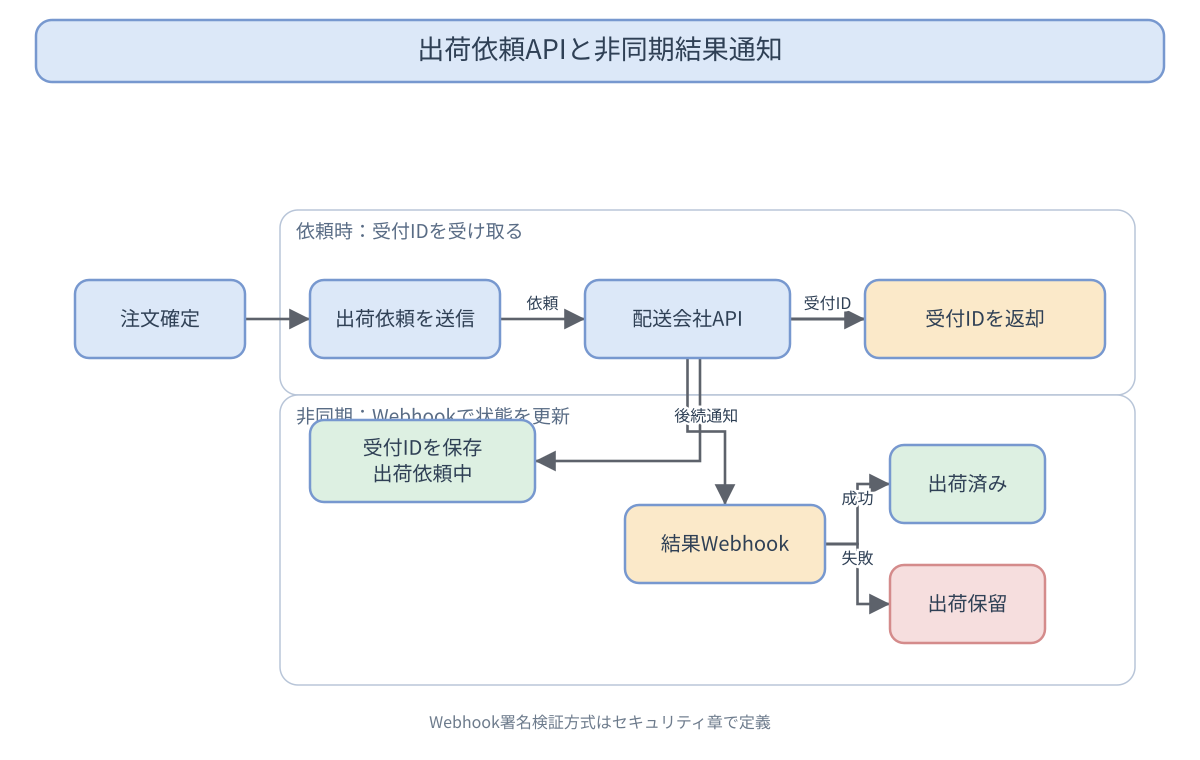
This is 20_zukai-drill/src/data/diagrams/easy-shipping-api_good-diagram.drawio.png from kaku3/workbooks, a draw.io export, as it was before one commit. Source tidied: cells renumbered, new cells last; positions are measured from the earlier drawing's top-left corner, leaving out a move shared by most shapes.
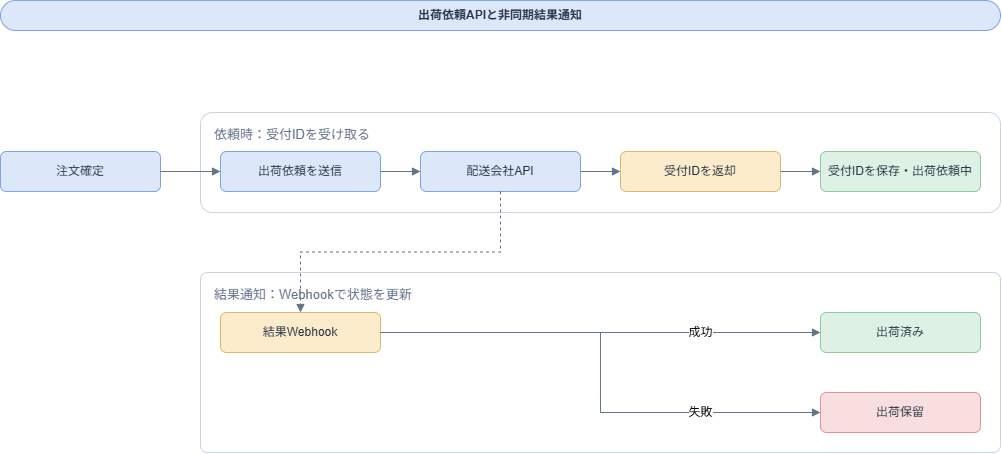
The same diagram one commit later.

The edit, as a diff of the source:
```diff
@@ -2,59 +2,59 @@
   <root>
     <mxCell id="0" />
     <mxCell id="1" parent="0" />
-    <mxCell id="2" value="出荷依頼APIと非同期結果通知" style="rounded=1;whiteSpace=wrap;html=1;fillColor=#DCE8F8;strokeColor=#7798CF;fontColor=#2F4055;fontSize=24;" parent="1" vertex="1">
-      <mxGeometry width="1128" height="62" as="geometry" />
+    <mxCell id="2" value="出荷依頼APIと非同期結果通知" style="rounded=1;whiteSpace=wrap;html=1;fillColor=#DCE8FA;strokeColor=#7EA3DE;fontColor=#263445;fontSize=12;fontStyle=1;arcSize=50;" parent="1" vertex="1">
+      <mxGeometry x="4" y="28" width="1000" height="30" as="geometry" />
     </mxCell>
-    <mxCell id="3" value="依頼時：受付IDを受け取る" style="rounded=1;whiteSpace=wrap;html=1;fillColor=none;strokeColor=#B8C5D8;fontColor=#596C85;fontSize=18;verticalAlign=top;align=left;spacingTop=8;spacingLeft=10;" parent="1" vertex="1">
-      <mxGeometry x="244" y="190" width="855" height="185" as="geometry" />
+    <mxCell id="3" value="依頼時：受付IDを受け取る" style="rounded=1;whiteSpace=wrap;html=1;fillColor=#FFFFFF;fillOpacity=70;strokeColor=#CBD5E1;fontColor=#64748B;fontSize=13;verticalAlign=top;align=left;spacingLeft=12;spacingTop=8;arcSize=12;" parent="1" vertex="1">
+      <mxGeometry x="204" y="140" width="800" height="100" as="geometry" />
     </mxCell>
-    <mxCell id="4" value="非同期：Webhookで状態を更新" style="rounded=1;whiteSpace=wrap;html=1;fillColor=none;strokeColor=#B8C5D8;fontColor=#596C85;fontSize=18;verticalAlign=top;align=left;spacingTop=8;spacingLeft=10;" parent="1" vertex="1">
-      <mxGeometry x="244" y="375" width="855" height="290" as="geometry" />
-    </mxCell>
-    <mxCell id="5" style="edgeStyle=orthogonalEdgeStyle;rounded=0;jettySize=auto;html=1;endArrow=block;endFill=1;strokeColor=#5D626B;fontColor=#2F4055;fontSize=15;" parent="1" edge="1" source="12" target="13">
-      <mxGeometry relative="1" as="geometry" />
-    </mxCell>
-    <mxCell id="6" value="依頼" style="edgeStyle=orthogonalEdgeStyle;rounded=0;jettySize=auto;html=1;endArrow=block;endFill=1;strokeColor=#5D626B;fontColor=#2F4055;fontSize=15;" parent="1" edge="1" source="13" target="14">
-      <mxGeometry relative="1" as="geometry" />
-    </mxCell>
-    <mxCell id="7" value="受付ID" style="edgeStyle=orthogonalEdgeStyle;rounded=0;jettySize=auto;html=1;endArrow=block;endFill=1;strokeColor=#5D626B;fontColor=#2F4055;fontSize=15;" parent="1" edge="1" source="14" target="15">
-      <mxGeometry relative="1" as="geometry" />
-    </mxCell>
-    <mxCell id="8" style="edgeStyle=orthogonalEdgeStyle;rounded=0;jettySize=auto;html=1;endArrow=block;endFill=1;strokeColor=#5D626B;fontColor=#2F4055;fontSize=15;" parent="1" edge="1" source="15" target="16">
-      <mxGeometry relative="1" as="geometry" />
-    </mxCell>
-    <mxCell id="9" value="後続通知" style="edgeStyle=orthogonalEdgeStyle;rounded=0;jettySize=auto;html=1;endArrow=block;endFill=1;strokeColor=#5D626B;fontColor=#2F4055;fontSize=15;" parent="1" edge="1" source="14" target="17">
-      <mxGeometry relative="1" as="geometry" />
-    </mxCell>
-    <mxCell id="10" value="成功" style="edgeStyle=orthogonalEdgeStyle;rounded=0;jettySize=auto;html=1;endArrow=block;endFill=1;strokeColor=#5D626B;fontColor=#2F4055;fontSize=15;" parent="1" edge="1" source="17" target="18">
-      <mxGeometry relative="1" as="geometry" />
-    </mxCell>
-    <mxCell id="11" value="失敗" style="edgeStyle=orthogonalEdgeStyle;rounded=0;jettySize=auto;html=1;endArrow=block;endFill=1;strokeColor=#5D626B;fontColor=#2F4055;fontSize=15;" parent="1" edge="1" source="17" target="19">
-      <mxGeometry relative="1" as="geometry" />
-    </mxCell>
-    <mxCell id="12" value="注文確定" style="rounded=1;whiteSpace=wrap;html=1;fillColor=#DCE8F8;strokeColor=#7798CF;fontColor=#2F4055;fontSize=20;" parent="1" vertex="1">
-      <mxGeometry x="39" y="260" width="170" height="78" as="geometry" />
+    <mxCell id="12" value="注文確定" style="rounded=1;whiteSpace=wrap;html=1;fillColor=#DCE8FA;strokeColor=#7EA3DE;fontColor=#263445;fontSize=12;" parent="1" vertex="1">
+      <mxGeometry x="4" y="179" width="160" height="40" as="geometry" />
     </mxCell>
-    <mxCell id="13" value="出荷依頼を送信" style="rounded=1;whiteSpace=wrap;html=1;fillColor=#DCE8F8;strokeColor=#7798CF;fontColor=#2F4055;fontSize=20;" parent="1" vertex="1">
-      <mxGeometry x="274" y="260" width="190" height="78" as="geometry" />
+    <mxCell id="13" value="出荷依頼を送信" style="rounded=1;whiteSpace=wrap;html=1;fillColor=#DCE8FA;strokeColor=#7EA3DE;fontColor=#263445;fontSize=12;" parent="1" vertex="1">
+      <mxGeometry x="224" y="179" width="160" height="40" as="geometry" />
     </mxCell>
-    <mxCell id="14" value="配送会社API" style="rounded=1;whiteSpace=wrap;html=1;fillColor=#DCE8F8;strokeColor=#7798CF;fontColor=#2F4055;fontSize=20;" parent="1" vertex="1">
-      <mxGeometry x="549" y="260" width="205" height="78" as="geometry" />
+    <mxCell id="14" value="配送会社API" style="rounded=1;whiteSpace=wrap;html=1;fillColor=#DCE8FA;strokeColor=#7EA3DE;fontColor=#263445;fontSize=12;" parent="1" vertex="1">
+      <mxGeometry x="424" y="179" width="160" height="40" as="geometry" />
     </mxCell>
-    <mxCell id="15" value="受付IDを返却" style="rounded=1;whiteSpace=wrap;html=1;fillColor=#FBE9C9;strokeColor=#7798CF;fontColor=#2F4055;fontSize=20;" parent="1" vertex="1">
-      <mxGeometry x="829" y="260" width="240" height="78" as="geometry" />
+    <mxCell id="15" value="受付IDを返却" style="rounded=1;whiteSpace=wrap;html=1;fillColor=#FCECCB;strokeColor=#D8B96D;fontColor=#263445;fontSize=12;" parent="1" vertex="1">
+      <mxGeometry x="624" y="179" width="160" height="40" as="geometry" />
     </mxCell>
-    <mxCell id="16" value="受付IDを保存&lt;br&gt;出荷依頼中" style="rounded=1;whiteSpace=wrap;html=1;fillColor=#DDF0E2;strokeColor=#7798CF;fontColor=#2F4055;fontSize=20;" parent="1" vertex="1">
-      <mxGeometry x="274" y="400" width="225" height="82" as="geometry" />
-    </mxCell>
+    <mxCell id="5" style="edgeStyle=orthogonalEdgeStyle;rounded=0;jettySize=auto;html=1;endArrow=block;endFill=1;strokeColor=#64748B;fontSize=12;" parent="1" edge="1" source="12" target="13">
+      <mxGeometry relative="1" as="geometry" />
+    </mxCell>
+    <mxCell id="6" style="edgeStyle=orthogonalEdgeStyle;rounded=0;jettySize=auto;html=1;endArrow=block;endFill=1;strokeColor=#64748B;fontSize=12;" parent="1" edge="1" source="13" target="14">
+      <mxGeometry relative="1" as="geometry" />
+    </mxCell>
+    <mxCell id="7" style="edgeStyle=orthogonalEdgeStyle;rounded=0;jettySize=auto;html=1;endArrow=block;endFill=1;strokeColor=#64748B;fontSize=12;" parent="1" edge="1" source="14" target="15">
+      <mxGeometry relative="1" as="geometry" />
+    </mxCell>
+    <mxCell id="20" value="結果通知：Webhookで状態を更新" style="rounded=1;whiteSpace=wrap;html=1;fillColor=#FFFFFF;fillOpacity=70;strokeColor=#CBD5E1;fontColor=#64748B;fontSize=13;verticalAlign=top;align=left;spacingLeft=12;spacingTop=8;arcSize=4;" parent="1" vertex="1">
+      <mxGeometry x="204" y="300" width="800" height="180" as="geometry" />
+    </mxCell>
+    <mxCell id="21" value="受付IDを保存・出荷依頼中" style="rounded=1;whiteSpace=wrap;html=1;fillColor=#DDF2E4;strokeColor=#91C99C;fontColor=#263445;fontSize=12;" parent="1" vertex="1">
+      <mxGeometry x="824" y="179" width="160" height="40" as="geometry" />
+    </mxCell>
-    <mxCell id="17" value="結果Webhook" style="rounded=1;whiteSpace=wrap;html=1;fillColor=#FBE9C9;strokeColor=#7798CF;fontColor=#2F4055;fontSize=20;" parent="1" vertex="1">
-      <mxGeometry x="589" y="485" width="200" height="78" as="geometry" />
+    <mxCell id="17" value="結果Webhook" style="rounded=1;whiteSpace=wrap;html=1;fillColor=#FCECCB;strokeColor=#D8B96D;fontColor=#263445;fontSize=12;" parent="1" vertex="1">
+      <mxGeometry x="224" y="340" width="160" height="40" as="geometry" />
     </mxCell>
-    <mxCell id="18" value="出荷済み" style="rounded=1;whiteSpace=wrap;html=1;fillColor=#DDF0E2;strokeColor=#7798CF;fontColor=#2F4055;fontSize=20;" parent="1" vertex="1">
-      <mxGeometry x="854" y="425" width="155" height="78" as="geometry" />
+    <mxCell id="18" value="出荷済み" style="rounded=1;whiteSpace=wrap;html=1;fillColor=#DDF2E4;strokeColor=#91C99C;fontColor=#263445;fontSize=12;" parent="1" vertex="1">
+      <mxGeometry x="824" y="340" width="160" height="40" as="geometry" />
     </mxCell>
-    <mxCell id="19" value="出荷保留" style="rounded=1;whiteSpace=wrap;html=1;fillColor=#F6DEDE;strokeColor=#D48B8B;fontColor=#2F4055;fontSize=20;" parent="1" vertex="1">
-      <mxGeometry x="854" y="545" width="155" height="78" as="geometry" />
+    <mxCell id="19" value="出荷保留" style="rounded=1;whiteSpace=wrap;html=1;fillColor=#F8DEDE;strokeColor=#D99595;fontColor=#263445;fontSize=12;" parent="1" vertex="1">
+      <mxGeometry x="824" y="420" width="160" height="40" as="geometry" />
     </mxCell>
+    <mxCell id="9" style="edgeStyle=orthogonalEdgeStyle;rounded=0;jettySize=auto;html=1;endArrow=block;endFill=1;strokeColor=#64748B;fontSize=12;exitX=0.5;exitY=1;exitDx=0;exitDy=0;entryX=0.5;entryY=0;entryDx=0;entryDy=0;dashed=1;" parent="1" edge="1" source="14" target="17">
+      <mxGeometry x="-0.66" relative="1" as="geometry" />
+    </mxCell>
+    <mxCell id="10" value="成功" style="edgeStyle=orthogonalEdgeStyle;rounded=0;jettySize=auto;html=1;endArrow=block;endFill=1;strokeColor=#64748B;fontSize=12;exitX=1;exitY=0.5;exitDx=0;exitDy=0;entryX=0;entryY=0.5;entryDx=0;entryDy=0;" parent="1" edge="1" source="17" target="18">
+      <mxGeometry x="0.45" relative="1" as="geometry" />
+    </mxCell>
+    <mxCell id="11" value="失敗" style="edgeStyle=orthogonalEdgeStyle;rounded=0;jettySize=auto;html=1;endArrow=block;endFill=1;strokeColor=#64748B;fontSize=12;exitX=1;exitY=0.5;exitDx=0;exitDy=0;entryX=0;entryY=0.5;entryDx=0;entryDy=0;" parent="1" edge="1" source="17" target="19">
+      <mxGeometry x="0.54" relative="1" as="geometry" />
+    </mxCell>
+    <mxCell id="22" style="edgeStyle=orthogonalEdgeStyle;rounded=0;jettySize=auto;html=1;endArrow=block;endFill=1;strokeColor=#64748B;fontSize=12;exitX=1;exitY=0.5;exitDx=0;exitDy=0;entryX=0;entryY=0.5;entryDx=0;entryDy=0;" parent="1" edge="1" source="15" target="21">
+      <mxGeometry x="-0.35" relative="1" as="geometry" />
+    </mxCell>
   </root>
 </mxGraphModel>
```
